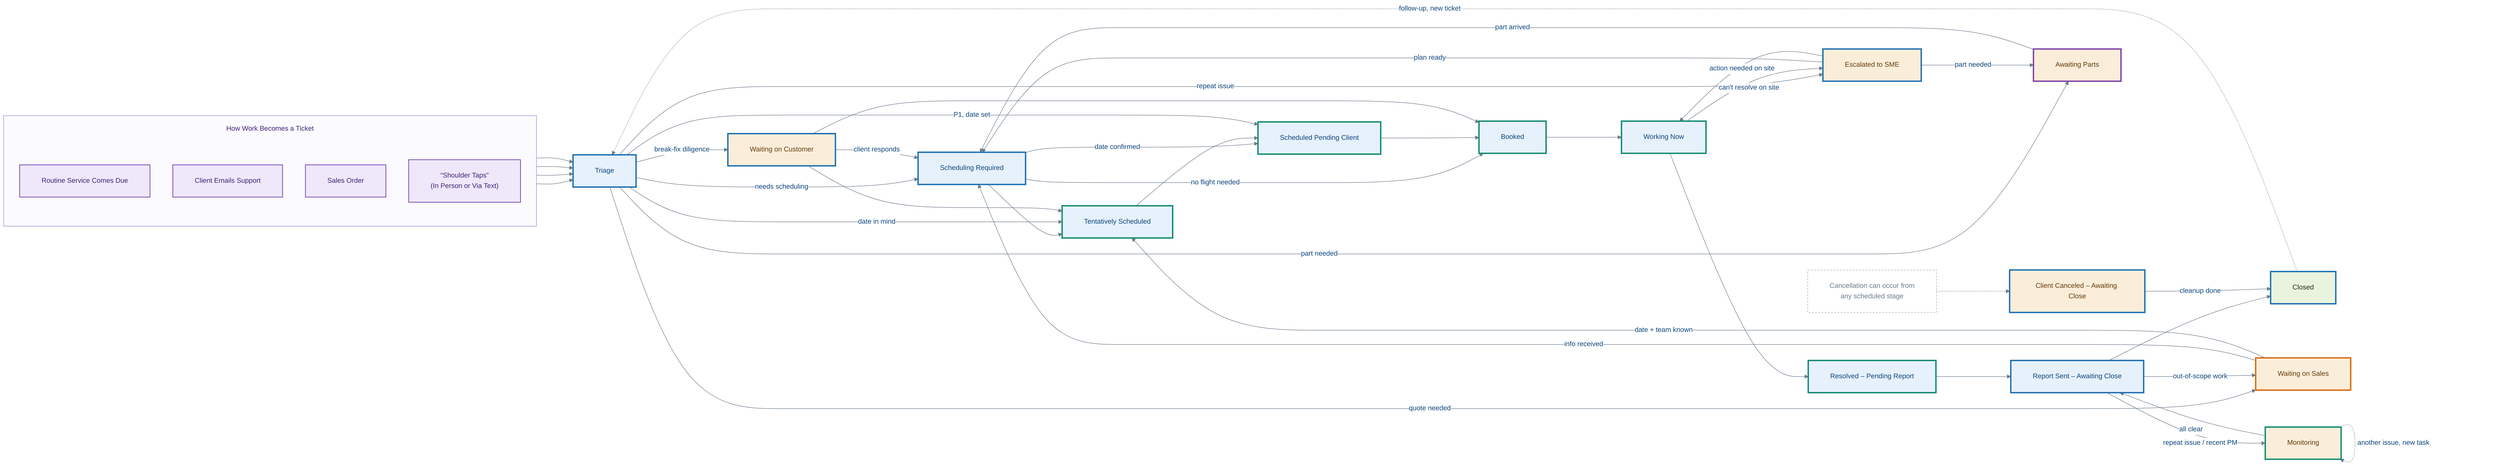
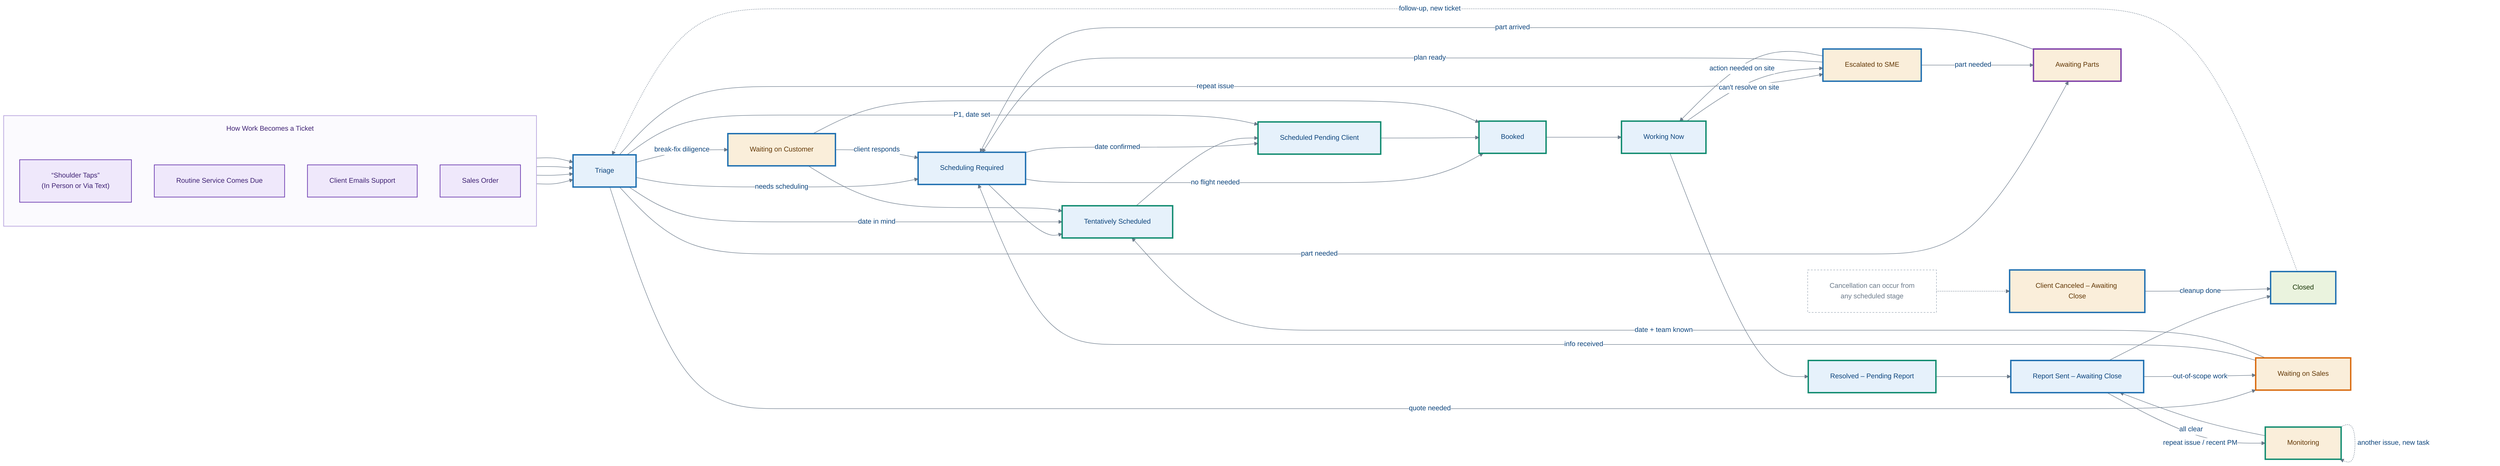
---
config:
  theme: base
  fontFamily: 'Helvetica, Arial, sans-serif'
  themeVariables:
    fontFamily: 'Helvetica, Arial, sans-serif'
    fontSize: 15px
    lineColor: '#6B7A8A'
    primaryColor: '#E6F1FB'
    primaryBorderColor: '#185FA5'
    primaryTextColor: '#0C447C'
    edgeLabelBackground: '#FFFFFF'
    titleColor: '#0C447C'
  flowchart:
    curve: basis
    htmlLabels: true
    nodeSpacing: 50
    rankSpacing: 80
    padding: 24
    useMaxWidth: false
    subGraphTitleMargin:
      top: 18
      bottom: 26
---
flowchart LR
    %% ---- Main flow ----
    Triage["Triage"]
    SchedReq["Scheduling Required"]
    Tentative["Tentatively Scheduled"]
    PendingClient["Scheduled Pending Client"]
    Booked["Booked"]
    Working["Working Now"]
    Resolved["Resolved – Pending Report"]
    ReportSent["Report Sent – Awaiting Close"]
    Closed["Closed"]

    %% ---- Exceptions / off-ramps ----
    WaitingSales["Waiting on Sales"]
    WaitingCustomer["Waiting on Customer"]
    AwaitingParts["Awaiting Parts"]
    SME["Escalated to SME"]
    Monitoring["Monitoring"]
    Canceled["Client Canceled – Awaiting Close"]
    CancelNote["Cancellation can occur from<br/>any scheduled stage"]

    %% ---- Intake: how work becomes a ticket ----
+     %% Mermaid stacks a TB subgraph bottom-up, so declare in REVERSE of the
+     %% desired top-to-bottom order: Sales Order, Client Emails, Routine, Shoulder Taps.
    subgraph Intake["How Work Becomes a Ticket"]
        direction TB
+         ShoulderTap["&ldquo;Shoulder Taps&rdquo;<br/>(In Person or Via Text)"]
        RoutineComms["Routine Service Comes Due"]
        ClientEmail["Client Emails Support"]
        NewSale["Sales Order"]
-         ShoulderTap["&ldquo;Shoulder Taps&rdquo;<br/>(In Person or Via Text)"]
    end

+     ShoulderTap --> Triage
    RoutineComms --> Triage
    ClientEmail --> Triage
    NewSale --> Triage
-     ShoulderTap --> Triage

    %% ---- Happy path ----
    Triage -->|needs scheduling| SchedReq
    SchedReq --> Tentative
    SchedReq -->|date confirmed| PendingClient
    SchedReq -->|no flight needed| Booked
    Tentative --> PendingClient
    PendingClient --> Booked
    Booked --> Working
    Working --> Resolved
    Resolved --> ReportSent
    ReportSent --> Closed

    %% ---- Triage branches ----
    Triage -->|quote needed| WaitingSales
    Triage -->|break-fix diligence| WaitingCustomer
    Triage -->|date in mind| Tentative
    Triage -->|P1, date set| PendingClient
    Triage -->|repeat issue| SME
    Triage -->|part needed| AwaitingParts

    %% ---- Returns to the scheduling queue ----
    WaitingSales -->|info received| SchedReq
    WaitingSales -->|date + team known| Tentative
    WaitingCustomer -->|client responds| SchedReq
    WaitingCustomer --> Tentative
    WaitingCustomer --> Booked
    AwaitingParts -->|part arrived| SchedReq
    SME -->|plan ready| SchedReq
    SME -->|action needed on site| Working
    SME -->|part needed| AwaitingParts

    %% ---- Field escalation ----
    Working -->|can't resolve on site| SME

    %% ---- Out-of-scope work found at close ----
    ReportSent -->|out-of-scope work| WaitingSales

    %% ---- Monitoring loop ----
    ReportSent -->|repeat issue / recent PM| Monitoring
    Monitoring -->|all clear| ReportSent
    Monitoring -.->|another issue, new task| Monitoring

    %% ---- Cancellation (can enter from any scheduled stage) ----
    CancelNote -.-> Canceled
    Canceled -->|cleanup done| Closed

    %% ---- Follow-up ----
    Closed -.->|follow-up, new ticket| Triage

    %% ---- Styling: fill = phase ----
    classDef main   fill:#E6F1FB,stroke:#185FA5,color:#0C447C,stroke-width:1.5px;
    classDef exc    fill:#FAEEDA,stroke:#854F0B,color:#633806,stroke-width:1.5px;
    classDef done   fill:#EAF3DE,stroke:#3B6D11,color:#173404,stroke-width:1.5px;
    classDef intake fill:#EFE8FB,stroke:#6D3CB0,color:#3E2173,stroke-width:1.5px;
    classDef note   fill:#FFFFFF,stroke:#9AA7B4,color:#6B7A8A,stroke-width:1px,stroke-dasharray:4 3;

    class Triage,SchedReq,Tentative,PendingClient,Booked,Working,Resolved,ReportSent main;
    class WaitingSales,WaitingCustomer,AwaitingParts,SME,Monitoring,Canceled exc;
    class Closed done;
    class RoutineComms,ClientEmail,NewSale,ShoulderTap intake;
    class CancelNote note;
    style Intake fill:#FBFAFE,stroke:#B9A6DE,stroke-width:1.5px,color:#3E2173;

    %% ---- Ownership (border color = owner; fill stays = phase) ----
    %% Confirmed against the process doc's "Owner:" field for every stage.
    %% Dispatcher / Scheduler
    style Triage          stroke:#1E6FB0,stroke-width:3px;
    style SchedReq        stroke:#1E6FB0,stroke-width:3px;
    style WaitingCustomer stroke:#1E6FB0,stroke-width:3px;
    style ReportSent      stroke:#1E6FB0,stroke-width:3px;
    style SME             stroke:#1E6FB0,stroke-width:3px;
    style Canceled        stroke:#1E6FB0,stroke-width:3px;
    style Closed          stroke:#1E6FB0,stroke-width:3px;
    %% Field Engineer (Tentatively Scheduled through the on-site work + monitoring)
    style Tentative       stroke:#0E8A6E,stroke-width:3px;
    style PendingClient   stroke:#0E8A6E,stroke-width:3px;
    style Booked          stroke:#0E8A6E,stroke-width:3px;
    style Working         stroke:#0E8A6E,stroke-width:3px;
    style Resolved        stroke:#0E8A6E,stroke-width:3px;
    style Monitoring      stroke:#0E8A6E,stroke-width:3px;
    %% Sales
    style WaitingSales    stroke:#D9690C,stroke-width:3px;
    %% Inventory Controller
    style AwaitingParts   stroke:#7E3FA8,stroke-width:3px;
